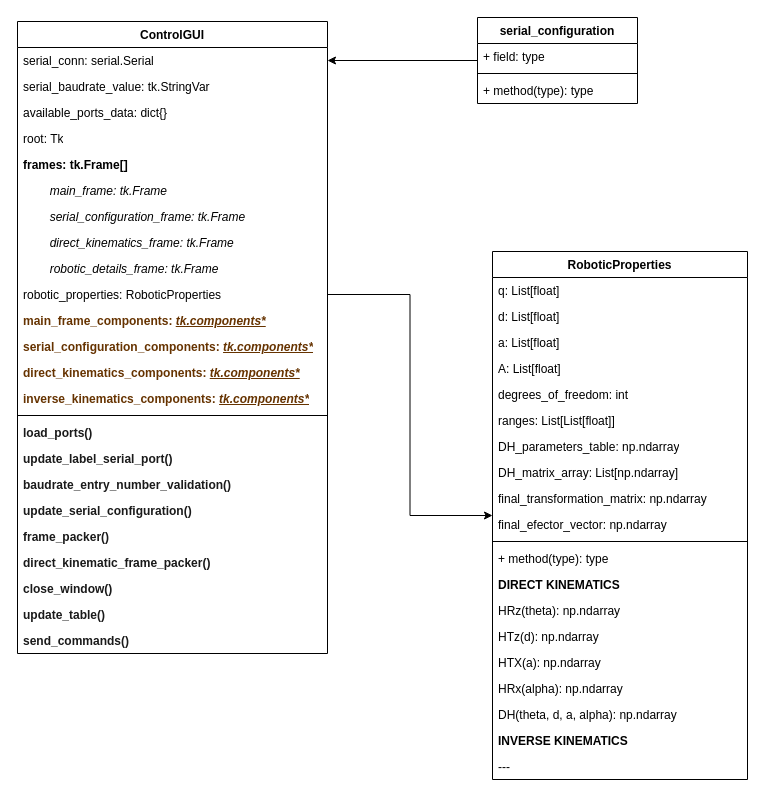
Earlier version of the draw.io diagram misc/general_class_diagram.drawio (Daravico/Microcontroller-Serial-Interfaces). Source tidied: cells renumbered, new cells numbered last; positions are measured from the earlier drawing's top-left corner, leaving out a move shared by most shapes. Both pictures are drawn from the tidied source at 100%, with x=0, y=0 at pixel (17, 17).
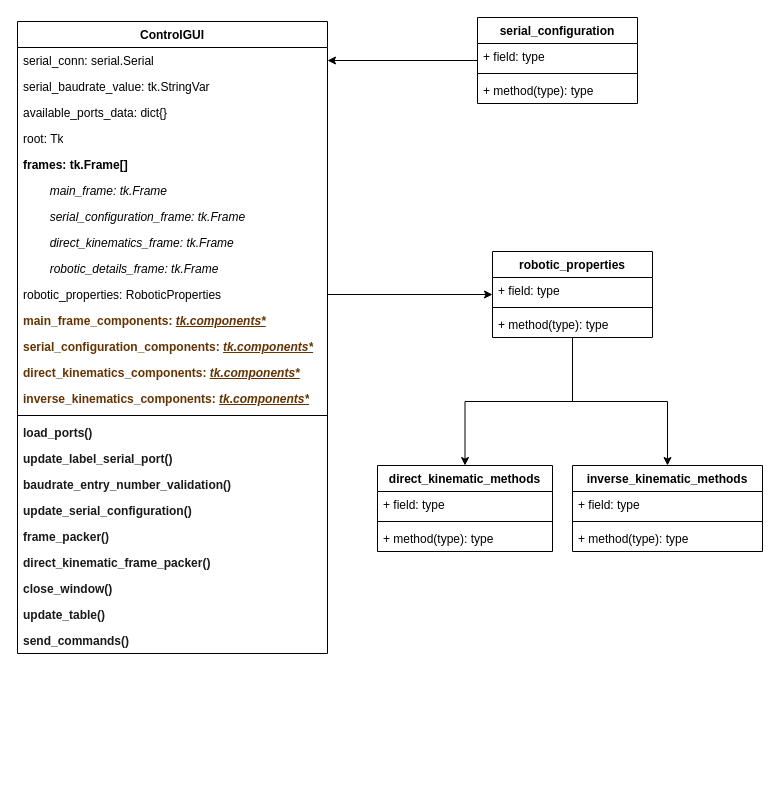
After the change.

Commit message:
No real commit. Changes in diagram.

What changed in the source:
```diff
@@
+    <mxCell id="54" value="direct_kinematic_methods" style="swimlane;fontStyle=1;align=center;verticalAlign=top;horizontal=1;startSize=26;whiteSpace=wrap;html=1;" parent="1" vertex="1">
+      <mxGeometry x="360" y="448" width="175" height="86" as="geometry" />
+    </mxCell>
+    <mxCell id="55" value="+ field: type" style="text;strokeColor=none;fillColor=none;align=left;verticalAlign=top;spacingLeft=4;spacingRight=4;overflow=hidden;whiteSpace=wrap;html=1;" parent="54" vertex="1">
+      <mxGeometry y="26" width="175" height="26" as="geometry" />
+    </mxCell>
+    <mxCell id="56" style="line;strokeWidth=1;fillColor=none;align=left;verticalAlign=middle;spacingTop=-1;spacingLeft=3;spacingRight=3;labelPosition=right;strokeColor=inherit;" parent="54" vertex="1">
+      <mxGeometry y="52" width="175" height="8" as="geometry" />
+    </mxCell>
+    <mxCell id="57" value="+ method(type): type" style="text;strokeColor=none;fillColor=none;align=left;verticalAlign=top;spacingLeft=4;spacingRight=4;overflow=hidden;whiteSpace=wrap;html=1;" parent="54" vertex="1">
+      <mxGeometry y="60" width="175" height="26" as="geometry" />
+    </mxCell>
+    <mxCell id="58" style="edgeStyle=orthogonalEdgeStyle;rounded=0;jettySize=auto;html=1;entryX=0.5;entryY=0;entryDx=0;entryDy=0;" parent="1" edge="1" source="27" target="54">
+      <mxGeometry relative="1" as="geometry" />
+    </mxCell>
+    <mxCell id="59" style="edgeStyle=orthogonalEdgeStyle;rounded=0;jettySize=auto;html=1;" parent="1" edge="1" source="27" target="60">
+      <mxGeometry relative="1" as="geometry" />
+    </mxCell>
-    <mxCell id="27" value="RoboticProperties" style="swimlane;fontStyle=1;align=center;verticalAlign=top;horizontal=1;startSize=26;whiteSpace=wrap;html=1;" parent="1" vertex="1">
-      <mxGeometry x="475" y="234" width="255" height="528" as="geometry" />
+    <mxCell id="27" value="robotic_properties" style="swimlane;fontStyle=1;align=center;verticalAlign=top;horizontal=1;startSize=26;whiteSpace=wrap;html=1;" parent="1" vertex="1">
+      <mxGeometry x="475" y="234" width="160" height="86" as="geometry" />
     </mxCell>
-    <mxCell id="28" value="q: List[float]" style="text;strokeColor=none;fillColor=none;align=left;verticalAlign=top;spacingLeft=4;spacingRight=4;overflow=hidden;whiteSpace=wrap;html=1;" parent="27" vertex="1">
-      <mxGeometry y="26" width="255" height="26" as="geometry" />
+    <mxCell id="28" value="+ field: type" style="text;strokeColor=none;fillColor=none;align=left;verticalAlign=top;spacingLeft=4;spacingRight=4;overflow=hidden;whiteSpace=wrap;html=1;" parent="27" vertex="1">
+      <mxGeometry y="26" width="160" height="26" as="geometry" />
     </mxCell>
-    <mxCell id="29" value="d: List[float]" style="text;strokeColor=none;fillColor=none;align=left;verticalAlign=top;spacingLeft=4;spacingRight=4;overflow=hidden;whiteSpace=wrap;html=1;" parent="27" vertex="1">
-      <mxGeometry y="52" width="255" height="26" as="geometry" />
-    </mxCell>
-    <mxCell id="30" value="a: List[float]" style="text;strokeColor=none;fillColor=none;align=left;verticalAlign=top;spacingLeft=4;spacingRight=4;overflow=hidden;whiteSpace=wrap;html=1;" parent="27" vertex="1">
-      <mxGeometry y="78" width="255" height="26" as="geometry" />
-    </mxCell>
-    <mxCell id="31" value="A: List[float]" style="text;strokeColor=none;fillColor=none;align=left;verticalAlign=top;spacingLeft=4;spacingRight=4;overflow=hidden;whiteSpace=wrap;html=1;" parent="27" vertex="1">
-      <mxGeometry y="104" width="255" height="26" as="geometry" />
-    </mxCell>
-    <mxCell id="32" value="degrees_of_freedom: int" style="text;strokeColor=none;fillColor=none;align=left;verticalAlign=top;spacingLeft=4;spacingRight=4;overflow=hidden;whiteSpace=wrap;html=1;" parent="27" vertex="1">
-      <mxGeometry y="130" width="255" height="26" as="geometry" />
-    </mxCell>
-    <mxCell id="33" value="ranges: List[List[float]]" style="text;strokeColor=none;fillColor=none;align=left;verticalAlign=top;spacingLeft=4;spacingRight=4;overflow=hidden;whiteSpace=wrap;html=1;" parent="27" vertex="1">
-      <mxGeometry y="156" width="255" height="26" as="geometry" />
-    </mxCell>
-    <mxCell id="34" value="DH_parameters_table: np.ndarray" style="text;strokeColor=none;fillColor=none;align=left;verticalAlign=top;spacingLeft=4;spacingRight=4;overflow=hidden;whiteSpace=wrap;html=1;" parent="27" vertex="1">
-      <mxGeometry y="182" width="255" height="26" as="geometry" />
-    </mxCell>
-    <mxCell id="35" value="DH_matrix_array: List[np.ndarray]" style="text;strokeColor=none;fillColor=none;align=left;verticalAlign=top;spacingLeft=4;spacingRight=4;overflow=hidden;whiteSpace=wrap;html=1;" parent="27" vertex="1">
-      <mxGeometry y="208" width="255" height="26" as="geometry" />
-    </mxCell>
-    <mxCell id="36" value="final_transformation_matrix: np.ndarray" style="text;strokeColor=none;fillColor=none;align=left;verticalAlign=top;spacingLeft=4;spacingRight=4;overflow=hidden;whiteSpace=wrap;html=1;" parent="27" vertex="1">
-      <mxGeometry y="234" width="255" height="26" as="geometry" />
-    </mxCell>
-    <mxCell id="37" value="final_efector_vector: np.ndarray" style="text;strokeColor=none;fillColor=none;align=left;verticalAlign=top;spacingLeft=4;spacingRight=4;overflow=hidden;whiteSpace=wrap;html=1;" parent="27" vertex="1">
-      <mxGeometry y="260" width="255" height="26" as="geometry" />
-    </mxCell>
     <mxCell id="38" style="line;strokeWidth=1;fillColor=none;align=left;verticalAlign=middle;spacingTop=-1;spacingLeft=3;spacingRight=3;labelPosition=right;strokeColor=inherit;" parent="27" vertex="1">
-      <mxGeometry y="286" width="255" height="8" as="geometry" />
+      <mxGeometry y="52" width="160" height="8" as="geometry" />
     </mxCell>
     <mxCell id="39" value="+ method(type): type" style="text;strokeColor=none;fillColor=none;align=left;verticalAlign=top;spacingLeft=4;spacingRight=4;overflow=hidden;whiteSpace=wrap;html=1;" parent="27" vertex="1">
-      <mxGeometry y="294" width="255" height="26" as="geometry" />
+      <mxGeometry y="60" width="160" height="26" as="geometry" />
     </mxCell>
-    <mxCell id="40" value="DIRECT KINEMATICS" style="text;strokeColor=none;fillColor=none;align=left;verticalAlign=top;spacingLeft=4;spacingRight=4;overflow=hidden;whiteSpace=wrap;html=1;fontStyle=1;" parent="27" vertex="1">
-      <mxGeometry y="320" width="255" height="26" as="geometry" />
-    </mxCell>
-    <mxCell id="41" value="HRz(theta): np.ndarray" style="text;strokeColor=none;fillColor=none;align=left;verticalAlign=top;spacingLeft=4;spacingRight=4;overflow=hidden;whiteSpace=wrap;html=1;" parent="27" vertex="1">
-      <mxGeometry y="346" width="255" height="26" as="geometry" />
-    </mxCell>
-    <mxCell id="42" value="HTz(d): np.ndarray" style="text;strokeColor=none;fillColor=none;align=left;verticalAlign=top;spacingLeft=4;spacingRight=4;overflow=hidden;whiteSpace=wrap;html=1;" parent="27" vertex="1">
-      <mxGeometry y="372" width="255" height="26" as="geometry" />
-    </mxCell>
-    <mxCell id="43" value="HTX(a): np.ndarray" style="text;strokeColor=none;fillColor=none;align=left;verticalAlign=top;spacingLeft=4;spacingRight=4;overflow=hidden;whiteSpace=wrap;html=1;" parent="27" vertex="1">
-      <mxGeometry y="398" width="255" height="26" as="geometry" />
-    </mxCell>
-    <mxCell id="44" value="HRx(alpha): np.ndarray" style="text;strokeColor=none;fillColor=none;align=left;verticalAlign=top;spacingLeft=4;spacingRight=4;overflow=hidden;whiteSpace=wrap;html=1;" parent="27" vertex="1">
-      <mxGeometry y="424" width="255" height="26" as="geometry" />
-    </mxCell>
-    <mxCell id="45" value="DH(theta, d, a, alpha): np.ndarray" style="text;strokeColor=none;fillColor=none;align=left;verticalAlign=top;spacingLeft=4;spacingRight=4;overflow=hidden;whiteSpace=wrap;html=1;" parent="27" vertex="1">
-      <mxGeometry y="450" width="255" height="26" as="geometry" />
-    </mxCell>
-    <mxCell id="46" value="INVERSE KINEMATICS" style="text;strokeColor=none;fillColor=none;align=left;verticalAlign=top;spacingLeft=4;spacingRight=4;overflow=hidden;whiteSpace=wrap;html=1;fontStyle=1;" parent="27" vertex="1">
-      <mxGeometry y="476" width="255" height="26" as="geometry" />
-    </mxCell>
-    <mxCell id="47" value="---" style="text;strokeColor=none;fillColor=none;align=left;verticalAlign=top;spacingLeft=4;spacingRight=4;overflow=hidden;whiteSpace=wrap;html=1;" parent="27" vertex="1">
-      <mxGeometry y="502" width="255" height="26" as="geometry" />
-    </mxCell>
+    <mxCell id="60" value="inverse_kinematic_methods" style="swimlane;fontStyle=1;align=center;verticalAlign=top;horizontal=1;startSize=26;whiteSpace=wrap;html=1;" parent="1" vertex="1">
+      <mxGeometry x="555" y="448" width="190" height="86" as="geometry" />
+    </mxCell>
+    <mxCell id="61" value="+ field: type" style="text;strokeColor=none;fillColor=none;align=left;verticalAlign=top;spacingLeft=4;spacingRight=4;overflow=hidden;whiteSpace=wrap;html=1;" parent="60" vertex="1">
+      <mxGeometry y="26" width="190" height="26" as="geometry" />
+    </mxCell>
+    <mxCell id="62" style="line;strokeWidth=1;fillColor=none;align=left;verticalAlign=middle;spacingTop=-1;spacingLeft=3;spacingRight=3;labelPosition=right;strokeColor=inherit;" parent="60" vertex="1">
+      <mxGeometry y="52" width="190" height="8" as="geometry" />
+    </mxCell>
+    <mxCell id="63" value="+ method(type): type" style="text;strokeColor=none;fillColor=none;align=left;verticalAlign=top;spacingLeft=4;spacingRight=4;overflow=hidden;whiteSpace=wrap;html=1;" parent="60" vertex="1">
+      <mxGeometry y="60" width="190" height="26" as="geometry" />
+    </mxCell>
```
